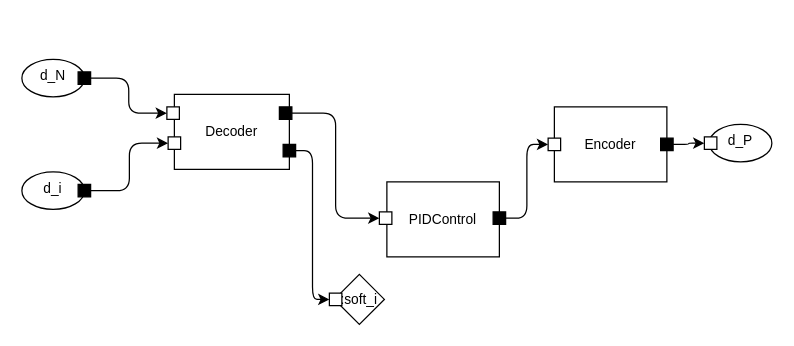
JuliaMBD/JuliaMBD.jl keeps this draw.io diagram as page "Controller" (11 of 12) of examples/mbd2.drawio. Above is the earlier version. Source tidied: cells renumbered, new cells numbered last; positions are measured from the earlier drawing's top-left corner, leaving out a move shared by most shapes. Both pictures are drawn from the tidied source at 125%, with x=0, y=0 at pixel (21, 59).
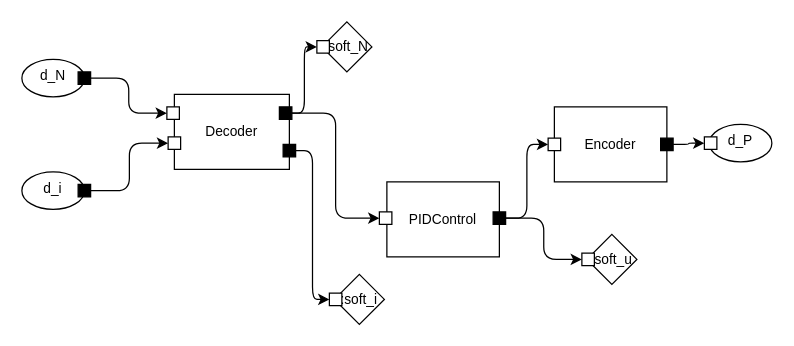
The same page after the edit.

Unchanged cells that the change refers to:
```xml
<mxCell id="9" value="&lt;p style=&quot;line-height: 100%;&quot;&gt;&lt;br&gt;&lt;/p&gt;" style="whiteSpace=wrap;html=1;snapToPoint=1;points=[[1,0.5,0,0,0]];noLabel=0;overflow=visible;fillColor=#000000;" parent="6" vertex="1">
  <mxGeometry x="84" y="10" width="10" height="10" as="geometry" />
</mxCell>
<mxCell id="13" value="&lt;p style=&quot;line-height: 100%;&quot;&gt;&lt;br&gt;&lt;/p&gt;" style="whiteSpace=wrap;html=1;snapToPoint=1;points=[[1,0.5,0,0,0]];noLabel=0;overflow=visible;fillColor=#000000;" parent="11" vertex="1">
  <mxGeometry x="85" y="24" width="10" height="10" as="geometry" />
</mxCell>
```

Diff of the diagram source:
```diff
@@
+    <object id="27" label="%tag%" placeholders="1" tag=":soft_N">
+      <mxCell style="rhombus;whiteSpace=wrap;html=1;fontSize=11;" parent="1" vertex="1">
+        <mxGeometry x="240" y="-30" width="40" height="40" as="geometry" />
+      </mxCell>
+    </object>
+    <mxCell id="28" value="&lt;p style=&quot;line-height: 100%;&quot;&gt;&lt;br&gt;&lt;/p&gt;" style="whiteSpace=wrap;html=1;snapToPoint=1;points=[[0,0.5,0,0,0]];noLabel=0;overflow=visible;direction=east;" parent="27" vertex="1">
+      <mxGeometry x="-4" y="15" width="10" height="10" as="geometry" />
+    </mxCell>
+    <object id="29" label="%tag%" placeholders="1" tag=":soft_u">
+      <mxCell style="rhombus;whiteSpace=wrap;html=1;fontSize=11;" parent="1" vertex="1">
+        <mxGeometry x="452" y="140" width="40" height="40" as="geometry" />
+      </mxCell>
+    </object>
+    <mxCell id="30" value="&lt;p style=&quot;line-height: 100%;&quot;&gt;&lt;br&gt;&lt;/p&gt;" style="whiteSpace=wrap;html=1;snapToPoint=1;points=[[0,0.5,0,0,0]];noLabel=0;overflow=visible;direction=east;" parent="29" vertex="1">
+      <mxGeometry x="-4" y="15" width="10" height="10" as="geometry" />
+    </mxCell>
+    <mxCell id="31" style="edgeStyle=orthogonalEdgeStyle;html=1;exitX=1;exitY=0.5;exitDx=0;exitDy=0;exitPerimeter=0;entryX=0;entryY=0.5;entryDx=0;entryDy=0;entryPerimeter=0;" parent="1" edge="1" source="9" target="28">
+      <mxGeometry relative="1" as="geometry" />
+    </mxCell>
+    <mxCell id="32" style="edgeStyle=orthogonalEdgeStyle;html=1;exitX=1;exitY=0.5;exitDx=0;exitDy=0;exitPerimeter=0;entryX=0;entryY=0.5;entryDx=0;entryDy=0;entryPerimeter=0;" parent="1" edge="1" source="13" target="30">
+      <mxGeometry relative="1" as="geometry" />
+    </mxCell>
```
